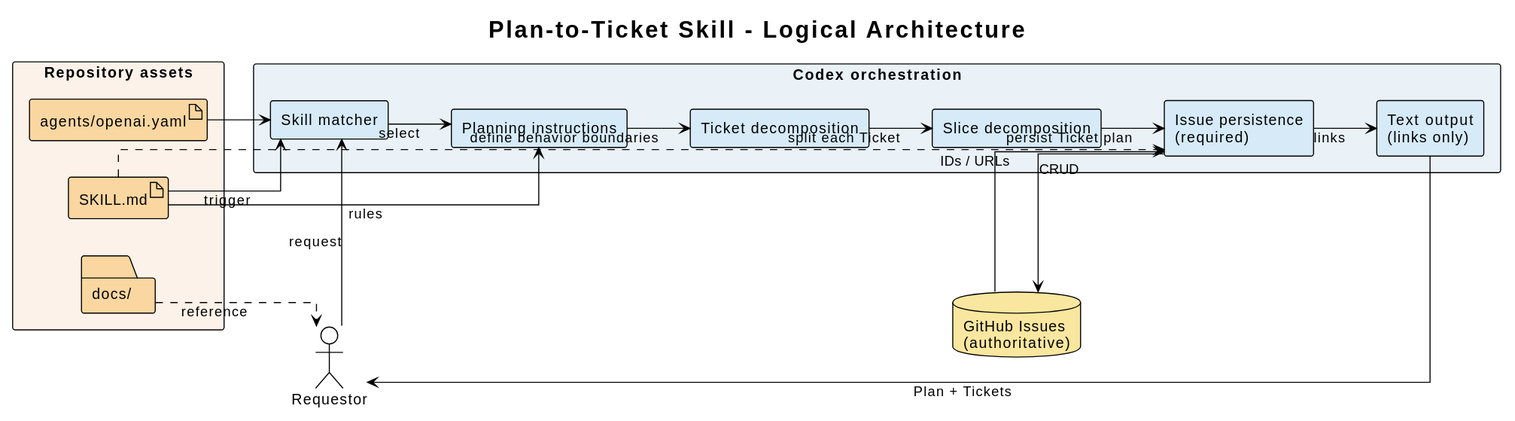
i-zrhe2016/codex-development-workflow keeps this PlantUML diagram as docs/skills/plan-to-ticket/diagrams/plan-to-ticket-architecture.svg. Above is the earlier version.
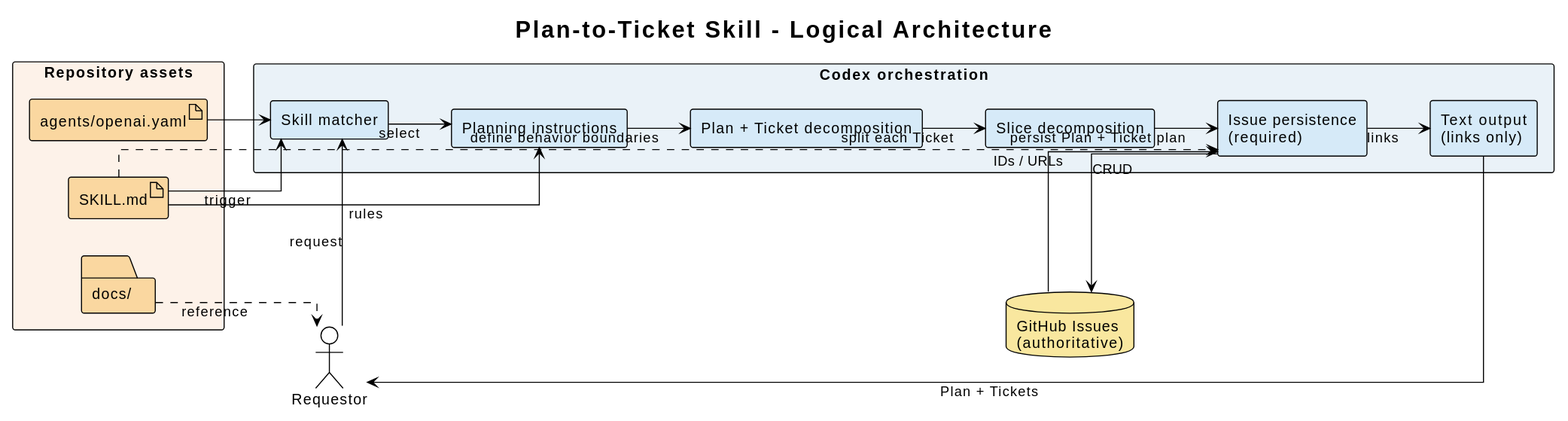
Above is the later version.

Change to the diagram source:
```diff
@@ -15,7 +15,7 @@
 package "Codex orchestration" as orchestration #EAF2F8 {
   component "Skill matcher" as matcher #D6EAF8
   component "Planning instructions" as planner #D6EAF8
-  component "Ticket decomposition" as ticketing #D6EAF8
+  component "Plan + Ticket decomposition" as ticketing #D6EAF8
   component "Slice decomposition" as slicing #D6EAF8
   component "Issue persistence\n(required)" as persistence #D6EAF8
   component "Text output\n(links only)" as output #D6EAF8
@@ -33,7 +33,7 @@
 matcher --> planner : select
 planner --> ticketing : define behavior boundaries
 ticketing --> slicing : split each Ticket
-slicing --> persistence : persist Ticket plan
+slicing --> persistence : persist Plan + Ticket plan
 persistence --> issues : CRUD
 issues --> persistence : IDs / URLs
 persistence --> output : links
```
